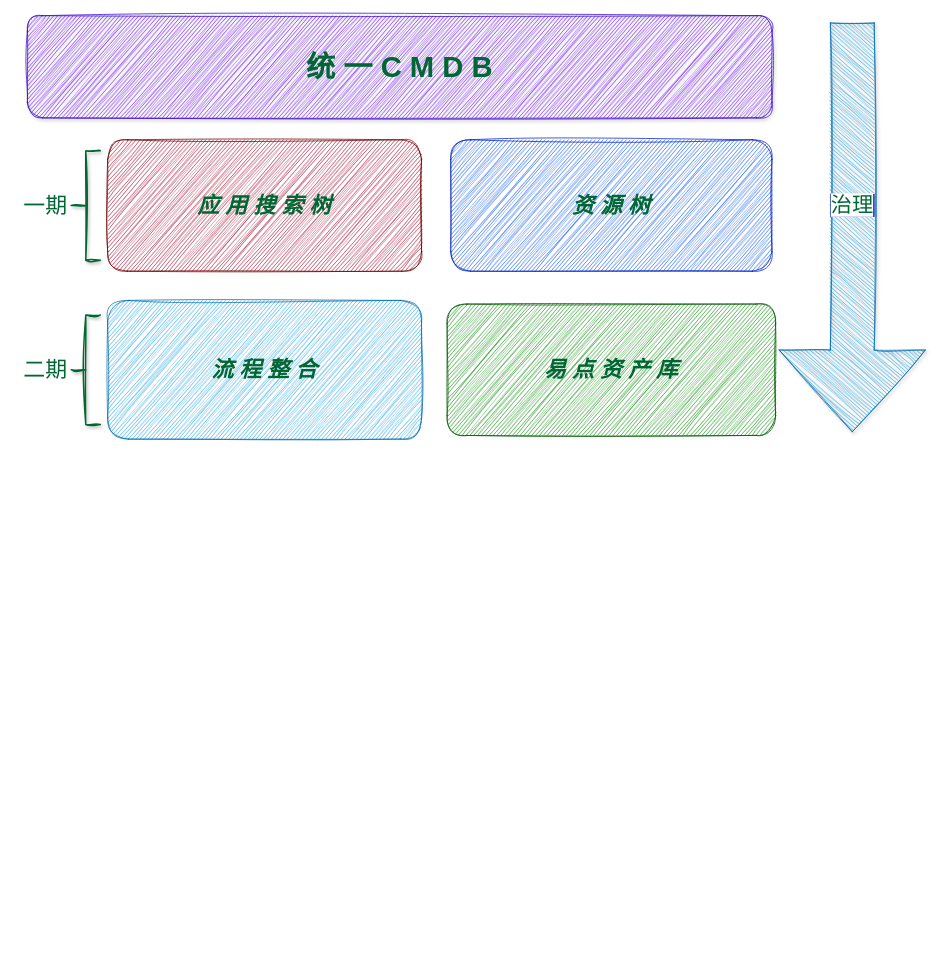
This is 统一cmdb图.drawio from z7658329/my-utils, a draw.io file, before an edit. Source tidied: cells renumbered, new cells numbered last; positions are measured from the earlier drawing's top-left corner, leaving out a move shared by most shapes. Both pictures are drawn from the tidied source at 73%, with x=0, y=0 at pixel (12, 15).
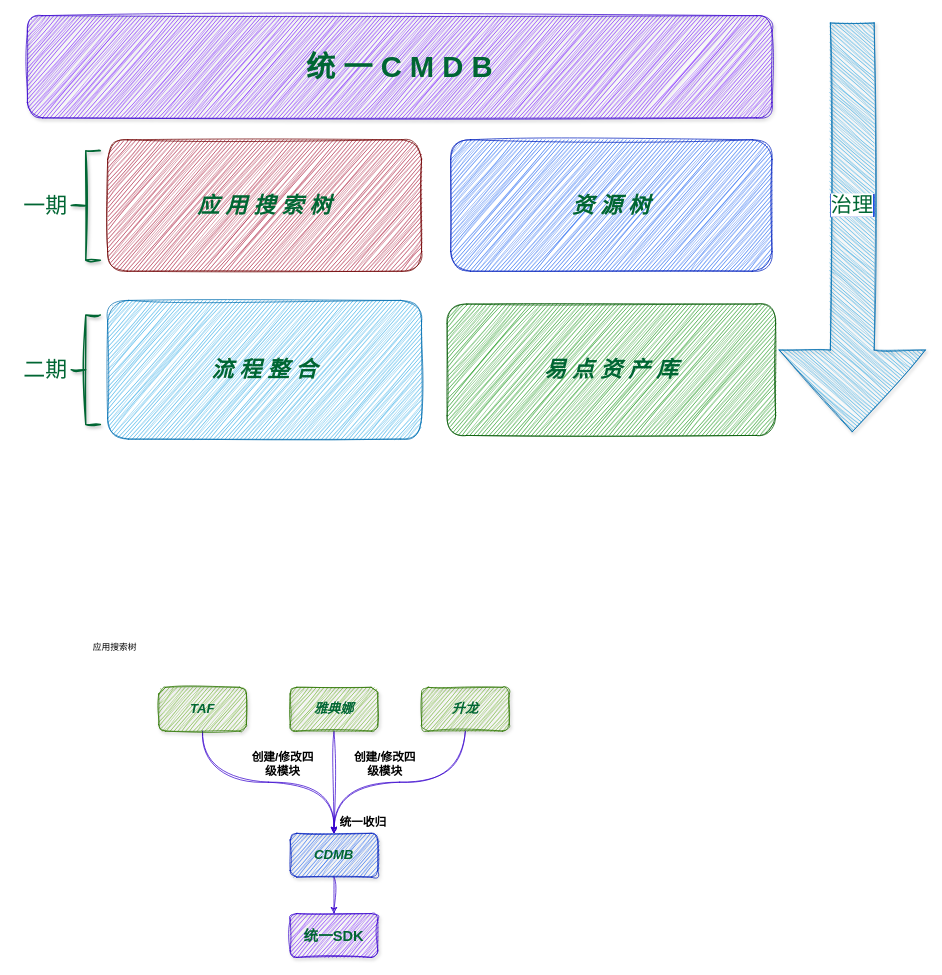
After the change.

Commit message (it also covers changes not shown here):
更新统一cmdb图.drawio

The edit, as a diff of the source:
```diff
@@
+    <mxCell id="13" style="edgeStyle=orthogonalEdgeStyle;rounded=0;jettySize=auto;html=1;entryX=0.5;entryY=0;entryDx=0;entryDy=0;curved=1;fillColor=#6a00ff;strokeColor=#3700CC;sketch=1;curveFitting=1;jiggle=2;" parent="1" edge="1" source="14" target="21">
+      <mxGeometry relative="1" as="geometry">
+        <Array as="points">
+          <mxPoint x="260" y="1050" />
+          <mxPoint x="440" y="1050" />
+        </Array>
+      </mxGeometry>
+    </mxCell>
+    <mxCell id="14" value="&lt;font style=&quot;color: rgb(0, 102, 51); font-size: 18px;&quot;&gt;&lt;b style=&quot;&quot;&gt;&lt;i style=&quot;&quot;&gt;TAF&lt;/i&gt;&lt;/b&gt;&lt;/font&gt;" style="rounded=1;whiteSpace=wrap;html=1;fillColor=#60a917;fontColor=#ffffff;strokeColor=#2D7600;sketch=1;curveFitting=1;jiggle=2;shadow=1;" parent="1" vertex="1">
+      <mxGeometry x="200" y="920" width="120" height="60" as="geometry" />
+    </mxCell>
+    <mxCell id="15" value="应用搜索树" style="text;html=1;align=center;verticalAlign=middle;whiteSpace=wrap;rounded=0;" parent="1" vertex="1">
+      <mxGeometry x="90" y="840" width="100" height="50" as="geometry" />
+    </mxCell>
+    <mxCell id="16" style="edgeStyle=orthogonalEdgeStyle;rounded=0;jettySize=auto;html=1;entryX=0.5;entryY=0;entryDx=0;entryDy=0;fillColor=#6a00ff;strokeColor=#3700CC;sketch=1;curveFitting=1;jiggle=2;" parent="1" edge="1" source="17" target="21">
+      <mxGeometry relative="1" as="geometry" />
+    </mxCell>
+    <mxCell id="17" value="&lt;font color=&quot;#006633&quot;&gt;&lt;span style=&quot;font-size: 18px;&quot;&gt;&lt;b&gt;&lt;i&gt;雅典娜&lt;/i&gt;&lt;/b&gt;&lt;/span&gt;&lt;/font&gt;" style="rounded=1;whiteSpace=wrap;html=1;fillColor=#60a917;fontColor=#ffffff;strokeColor=#2D7600;sketch=1;curveFitting=1;jiggle=2;shadow=1;" parent="1" vertex="1">
+      <mxGeometry x="380" y="920" width="120" height="60" as="geometry" />
+    </mxCell>
+    <mxCell id="18" style="edgeStyle=orthogonalEdgeStyle;rounded=0;jettySize=auto;html=1;entryX=0.5;entryY=0;entryDx=0;entryDy=0;curved=1;sketch=1;curveFitting=1;jiggle=2;fillColor=#6a00ff;strokeColor=#3700CC;" parent="1" edge="1" source="19" target="21">
+      <mxGeometry relative="1" as="geometry">
+        <Array as="points">
+          <mxPoint x="620" y="1050" />
+          <mxPoint x="440" y="1050" />
+        </Array>
+      </mxGeometry>
+    </mxCell>
+    <mxCell id="19" value="&lt;font color=&quot;#006633&quot;&gt;&lt;span style=&quot;font-size: 18px;&quot;&gt;&lt;b&gt;&lt;i&gt;升龙&lt;/i&gt;&lt;/b&gt;&lt;/span&gt;&lt;/font&gt;" style="rounded=1;whiteSpace=wrap;html=1;fillColor=#60a917;fontColor=#ffffff;strokeColor=#2D7600;sketch=1;curveFitting=1;jiggle=2;shadow=1;" parent="1" vertex="1">
+      <mxGeometry x="560" y="920" width="120" height="60" as="geometry" />
+    </mxCell>
+    <mxCell id="20" style="edgeStyle=orthogonalEdgeStyle;rounded=0;jettySize=auto;html=1;fillColor=#6a00ff;strokeColor=#3700CC;sketch=1;curveFitting=1;jiggle=2;" parent="1" edge="1" source="21" target="25">
+      <mxGeometry relative="1" as="geometry" />
+    </mxCell>
+    <mxCell id="21" value="&lt;font color=&quot;#006633&quot;&gt;&lt;span style=&quot;font-size: 18px;&quot;&gt;&lt;b&gt;&lt;i&gt;CDMB&lt;/i&gt;&lt;/b&gt;&lt;/span&gt;&lt;/font&gt;" style="rounded=1;whiteSpace=wrap;html=1;fillColor=#0050ef;fontColor=#ffffff;strokeColor=#001DBC;sketch=1;curveFitting=1;jiggle=2;shadow=1;" parent="1" vertex="1">
+      <mxGeometry x="380" y="1120" width="120" height="60" as="geometry" />
+    </mxCell>
+    <mxCell id="22" value="&lt;b&gt;&lt;font style=&quot;font-size: 16px;&quot;&gt;创建/修改四级模块&lt;/font&gt;&lt;/b&gt;" style="text;html=1;align=center;verticalAlign=middle;whiteSpace=wrap;rounded=0;" parent="1" vertex="1">
+      <mxGeometry x="320" y="1010" width="100" height="30" as="geometry" />
+    </mxCell>
+    <mxCell id="23" value="&lt;b&gt;&lt;font style=&quot;font-size: 16px;&quot;&gt;创建/修改四级模块&lt;/font&gt;&lt;/b&gt;" style="text;html=1;align=center;verticalAlign=middle;whiteSpace=wrap;rounded=0;" parent="1" vertex="1">
+      <mxGeometry x="460" y="1010" width="100" height="30" as="geometry" />
+    </mxCell>
+    <mxCell id="24" value="&lt;b&gt;&lt;font style=&quot;font-size: 16px;&quot;&gt;统一收归&lt;/font&gt;&lt;/b&gt;" style="text;html=1;align=center;verticalAlign=middle;whiteSpace=wrap;rounded=0;sketch=1;curveFitting=1;jiggle=2;" parent="1" vertex="1">
+      <mxGeometry x="430" y="1090" width="100" height="30" as="geometry" />
+    </mxCell>
+    <mxCell id="25" value="&lt;font style=&quot;color: rgb(0, 102, 51); font-size: 20px;&quot;&gt;&lt;b&gt;统一SDK&lt;/b&gt;&lt;/font&gt;" style="rounded=1;whiteSpace=wrap;html=1;fillColor=#6a00ff;fontColor=#ffffff;strokeColor=#3700CC;glass=0;sketch=1;curveFitting=1;jiggle=2;shadow=1;" parent="1" vertex="1">
+      <mxGeometry x="380" y="1230" width="120" height="60" as="geometry" />
+    </mxCell>
```
